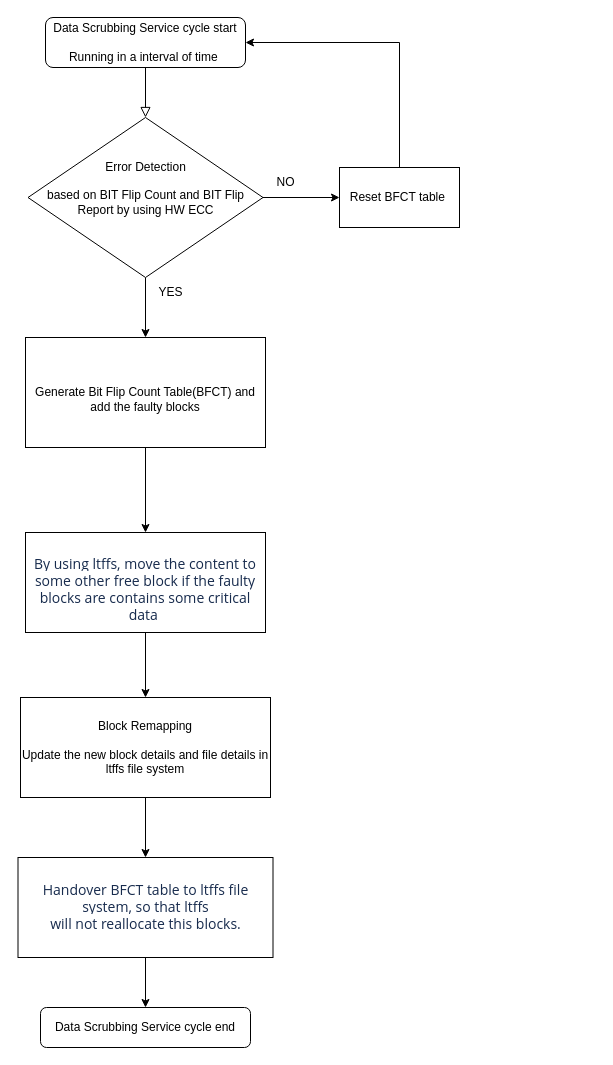
nishitp007/temp keeps this draw.io diagram as NAND_Improvement.drawio. Above is the earlier version. Source tidied: cells renumbered, new cells numbered last; positions are measured from the earlier drawing's top-left corner, leaving out a move shared by most shapes. Both pictures are drawn from the tidied source at 100%, with x=0, y=0 at pixel (17, 17).
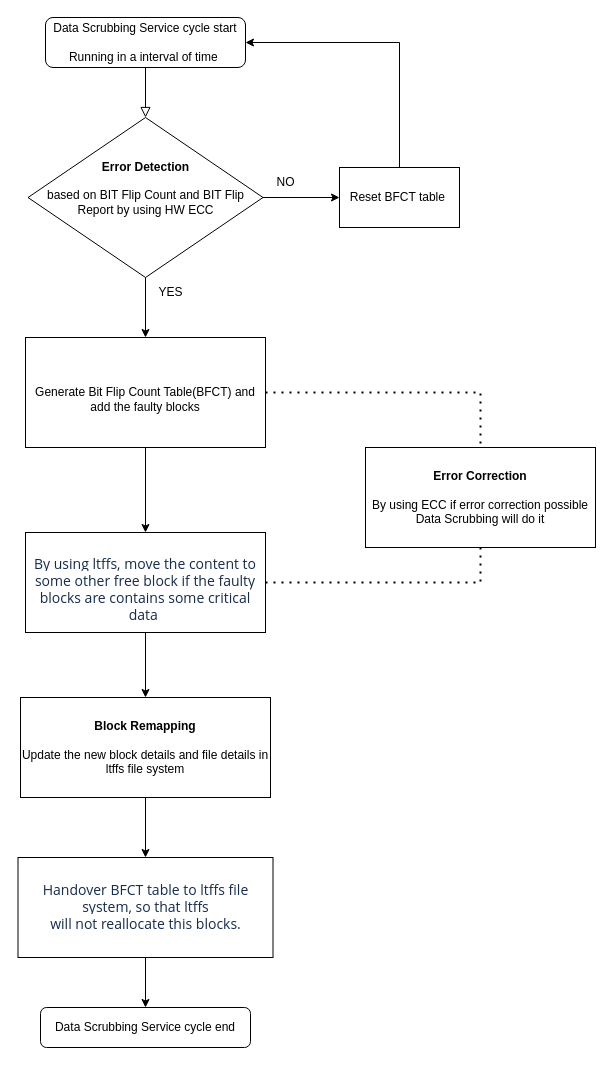
After the change.

The change refers to these unchanged cells:
```xml
<mxCell id="9" value="&lt;br&gt;Generate Bit Flip Count Table(BFCT) and add the faulty blocks" style="rounded=0;whiteSpace=wrap;html=1;" parent="1" vertex="1">
  <mxGeometry x="8" y="320" width="240" height="110" as="geometry" />
</mxCell>
<mxCell id="11" value="&lt;br&gt;&lt;span style=&quot;font-size:10.5pt;line-height:&lt;br/&gt;107%;font-family:&amp;quot;Segoe UI&amp;quot;,&amp;quot;sans-serif&amp;quot;;mso-fareast-font-family:&amp;quot;Malgun Gothic&amp;quot;;&lt;br/&gt;mso-fareast-theme-font:minor-fareast;color:#172B4D;background:white;mso-ansi-language:&lt;br/&gt;EN-US;mso-fareast-language:KO;mso-bidi-language:AR-SA;mso-bidi-font-weight:&lt;br/&gt;bold&quot; lang=&quot;EN-US&quot;&gt;By using ltffs, move the content to some other free block if the faulty blocks are contains some critical data&amp;nbsp;&lt;/span&gt;" style="rounded=0;whiteSpace=wrap;html=1;" parent="1" vertex="1">
  <mxGeometry x="8" y="515" width="240" height="100" as="geometry" />
</mxCell>
```

Diff of the diagram source:
```diff
@@
-    <mxCell id="6" value="Error Detection&lt;br&gt;&lt;br&gt;based on BIT Flip Count and BIT Flip Report by using HW ECC&lt;div&gt;&lt;br&gt;&lt;/div&gt;" style="rhombus;whiteSpace=wrap;html=1;shadow=0;fontFamily=Helvetica;fontSize=12;align=center;strokeWidth=1;spacing=6;spacingTop=-4;" parent="1" vertex="1">
+    <mxCell id="6" value="&lt;b&gt;Error Detection&lt;/b&gt;&lt;br&gt;&lt;br&gt;based on BIT Flip Count and BIT Flip Report by using HW ECC&lt;div&gt;&lt;br&gt;&lt;/div&gt;" style="rhombus;whiteSpace=wrap;html=1;shadow=0;fontFamily=Helvetica;fontSize=12;align=center;strokeWidth=1;spacing=6;spacingTop=-4;" parent="1" vertex="1">
       <mxGeometry x="10.5" y="100" width="235" height="160" as="geometry" />
     </mxCell>
@@
-    <mxCell id="13" value="Block Remapping&lt;div&gt;&lt;br&gt;&lt;/div&gt;&lt;div&gt;Update the new block details and file details in ltffs file system&lt;/div&gt;" style="rounded=0;whiteSpace=wrap;html=1;" parent="1" vertex="1">
+    <mxCell id="13" value="&lt;b&gt;Block Remapping&lt;/b&gt;&lt;div&gt;&lt;br&gt;&lt;/div&gt;&lt;div&gt;Update the new block details and file details in ltffs file system&lt;/div&gt;" style="rounded=0;whiteSpace=wrap;html=1;" parent="1" vertex="1">
       <mxGeometry x="3" y="680" width="250" height="100" as="geometry" />
     </mxCell>
@@
+    <mxCell id="20" value="&lt;b&gt;Error Correction&lt;/b&gt;&lt;br&gt;&lt;br&gt;By using ECC if error correction possible Data Scrubbing will do it" style="rounded=0;whiteSpace=wrap;html=1;" parent="1" vertex="1">
+      <mxGeometry x="348" y="430" width="230" height="100" as="geometry" />
+    </mxCell>
+    <mxCell id="21" style="endArrow=none;dashed=1;html=1;dashPattern=1 3;strokeWidth=2;rounded=0;exitX=1;exitY=0.5;exitDx=0;exitDy=0;entryX=0.5;entryY=0;entryDx=0;entryDy=0;" parent="1" edge="1" source="9" target="20">
+      <mxGeometry relative="1" as="geometry">
+        <Array as="points">
+          <mxPoint x="463" y="375" />
+        </Array>
+      </mxGeometry>
+    </mxCell>
+    <mxCell id="22" style="endArrow=none;dashed=1;html=1;dashPattern=1 3;strokeWidth=2;rounded=0;exitX=1;exitY=0.5;exitDx=0;exitDy=0;entryX=0.5;entryY=1;entryDx=0;entryDy=0;" parent="1" edge="1" source="11" target="20">
+      <mxGeometry relative="1" as="geometry">
+        <Array as="points">
+          <mxPoint x="463" y="565" />
+        </Array>
+      </mxGeometry>
+    </mxCell>
```
